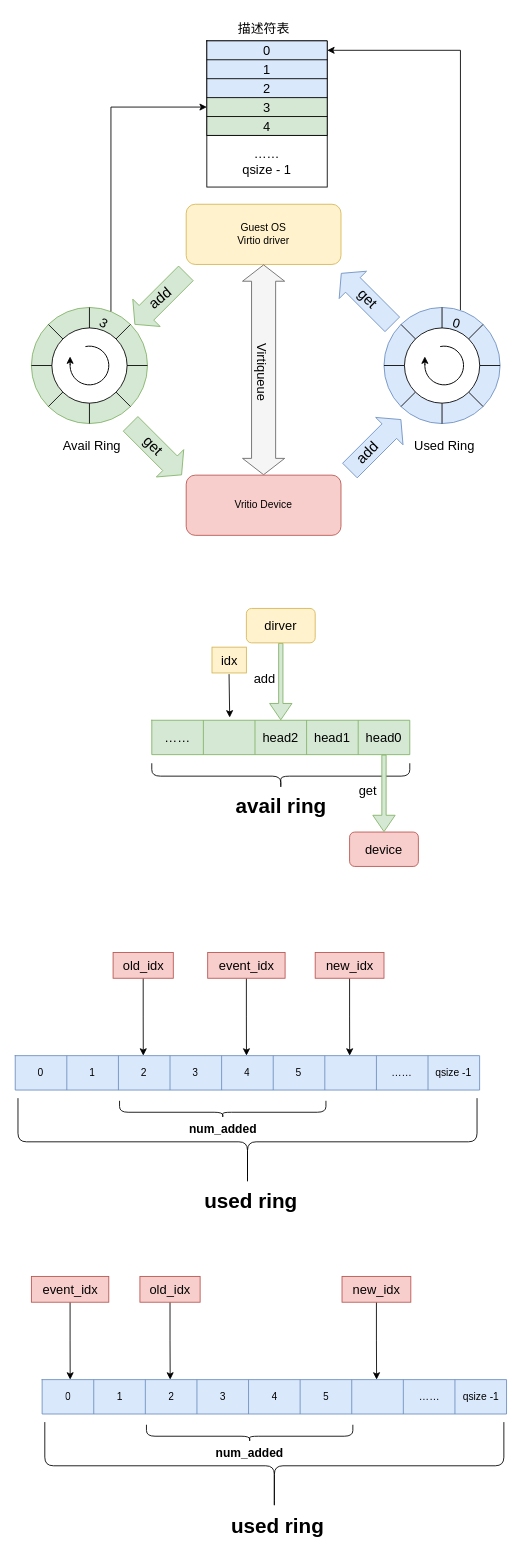
Above: virtqueue.drawio in SongXiaoLongg/DrawIO (draw.io), before the change. Source tidied: cells renumbered, new cells numbered last; positions are measured from the earlier drawing's top-left corner, leaving out a move shared by most shapes. Both pictures are drawn from the tidied source at 86%, with x=0, y=0 at pixel (15, 15).
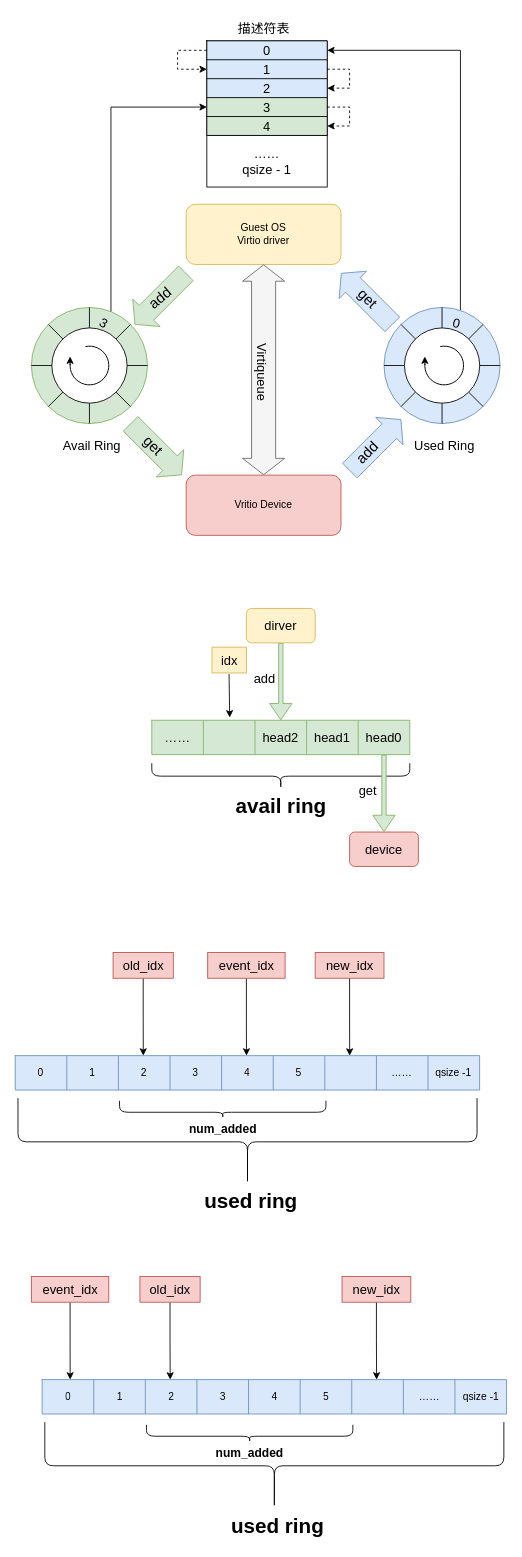
The same diagram, later.

Unchanged cells that the change refers to:
```xml
<mxCell id="48" style="shape=table;startSize=0;childLayout=tableLayout;strokeColor=#000000;strokeWidth=1;fontSize=15;fillColor=none;" parent="1" vertex="1">
  <mxGeometry x="223" y="30" width="140" height="110" as="geometry" />
</mxCell>
<mxCell id="49" style="shape=tableRow;horizontal=0;startSize=0;swimlaneHead=0;swimlaneBody=0;top=0;left=0;bottom=0;right=0;fillColor=none;points=[[0,0.5],[1,0.5]];portConstraint=eastwest;strokeColor=#000000;strokeWidth=2;fontSize=15;" parent="48" vertex="1">
  <mxGeometry width="140" height="22" as="geometry" />
</mxCell>
<mxCell id="51" style="shape=tableRow;horizontal=0;startSize=0;swimlaneHead=0;swimlaneBody=0;top=0;left=0;bottom=0;right=0;fillColor=none;points=[[0,0.5],[1,0.5]];portConstraint=eastwest;strokeColor=#000000;strokeWidth=2;fontSize=15;" parent="48" vertex="1">
  <mxGeometry y="22" width="140" height="22" as="geometry" />
</mxCell>
<mxCell id="53" style="shape=tableRow;horizontal=0;startSize=0;swimlaneHead=0;swimlaneBody=0;top=0;left=0;bottom=0;right=0;fillColor=none;points=[[0,0.5],[1,0.5]];portConstraint=eastwest;strokeColor=#000000;strokeWidth=2;fontSize=15;" parent="48" vertex="1">
  <mxGeometry y="44" width="140" height="22" as="geometry" />
</mxCell>
<mxCell id="55" style="shape=tableRow;horizontal=0;startSize=0;swimlaneHead=0;swimlaneBody=0;top=0;left=0;bottom=0;right=0;fillColor=none;points=[[0,0.5],[1,0.5]];portConstraint=eastwest;strokeColor=#000000;strokeWidth=2;fontSize=15;" parent="48" vertex="1">
  <mxGeometry y="66" width="140" height="22" as="geometry" />
</mxCell>
<mxCell id="57" style="shape=tableRow;horizontal=0;startSize=0;swimlaneHead=0;swimlaneBody=0;top=0;left=0;bottom=0;right=0;fillColor=none;points=[[0,0.5],[1,0.5]];portConstraint=eastwest;strokeColor=#000000;strokeWidth=2;fontSize=15;" parent="48" vertex="1">
  <mxGeometry y="88" width="140" height="22" as="geometry" />
</mxCell>
```

The edit, as a diff of the source:
```diff
@@
+    <mxCell id="120" style="edgeStyle=orthogonalEdgeStyle;rounded=0;jettySize=auto;html=1;exitX=1;exitY=0.5;exitDx=0;exitDy=0;entryX=1;entryY=0.5;entryDx=0;entryDy=0;fontSize=14;fontColor=#000000;dashed=1;" parent="48" edge="1" source="51" target="53">
+      <mxGeometry relative="1" as="geometry">
+        <Array as="points">
+          <mxPoint x="166" y="33" />
+          <mxPoint x="166" y="55" />
+        </Array>
+      </mxGeometry>
+    </mxCell>
@@
+    <mxCell id="121" style="edgeStyle=orthogonalEdgeStyle;rounded=0;jettySize=auto;html=1;exitX=1;exitY=0.5;exitDx=0;exitDy=0;dashed=1;fontSize=14;fontColor=#000000;" parent="48" edge="1" source="55" target="57">
+      <mxGeometry relative="1" as="geometry">
+        <Array as="points">
+          <mxPoint x="166" y="77" />
+          <mxPoint x="166" y="99" />
+        </Array>
+      </mxGeometry>
+    </mxCell>
@@
+    <mxCell id="122" style="edgeStyle=orthogonalEdgeStyle;rounded=0;jettySize=auto;html=1;exitX=0;exitY=0.5;exitDx=0;exitDy=0;fontSize=14;fontColor=#000000;entryX=0;entryY=0.5;entryDx=0;entryDy=0;dashed=1;" parent="48" edge="1" source="49" target="51">
+      <mxGeometry relative="1" as="geometry">
+        <Array as="points">
+          <mxPoint x="-34" y="11" />
+          <mxPoint x="-34" y="33" />
+        </Array>
+      </mxGeometry>
+    </mxCell>
```
